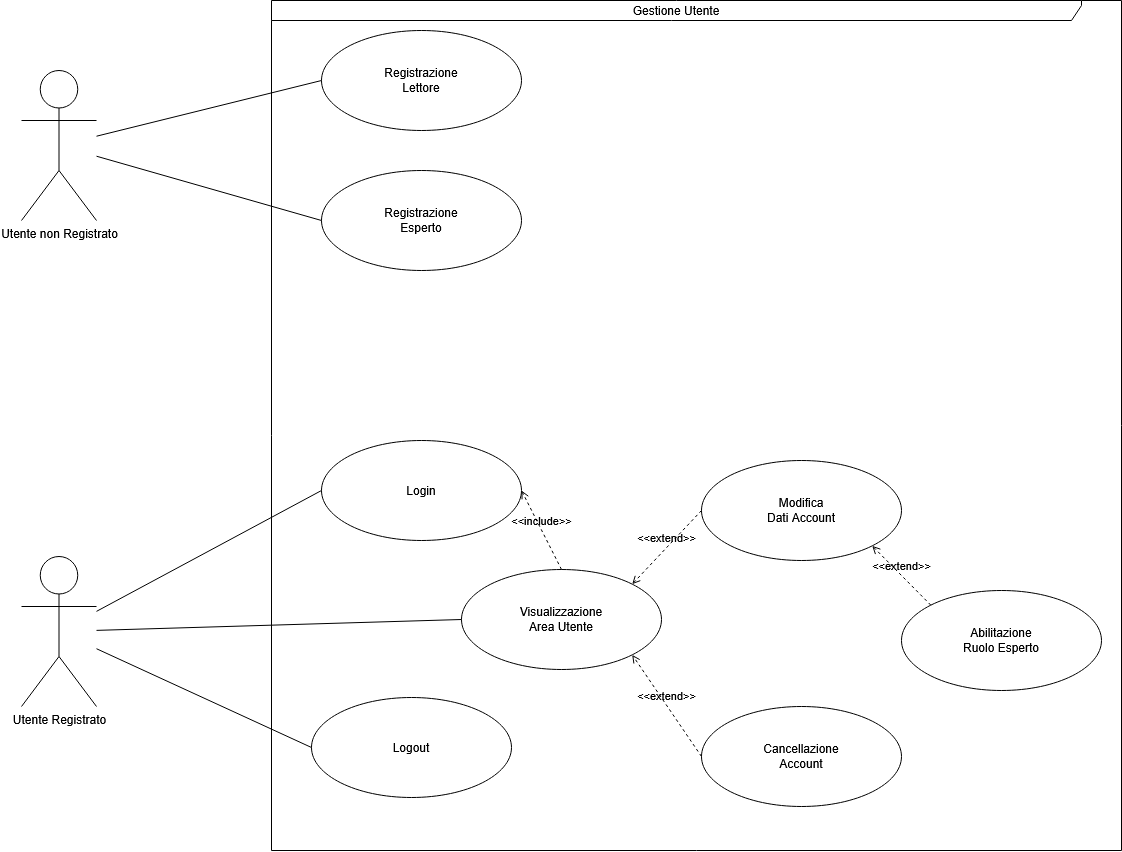
This is docs/diagrams_src/RAD_Diagrams/UCD_GU.png from AndreaRainone/FARIS, a draw.io export, as it was before one commit. Source tidied: cells renumbered, new cells last; positions are measured from the earlier drawing's top-left corner, leaving out a move shared by most shapes.
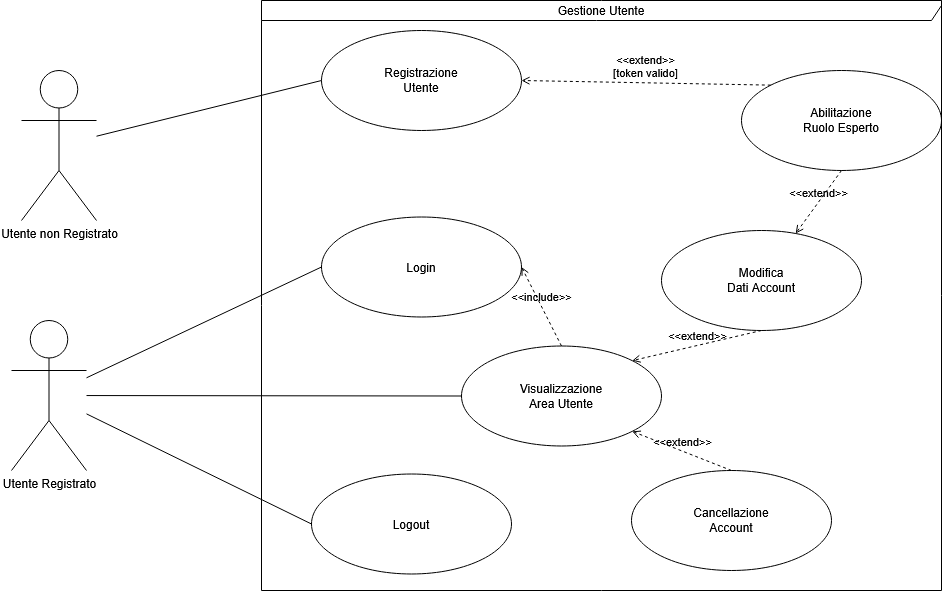
The same file after the commit.

What changed in the source:
```diff
@@ -5,21 +5,15 @@
     <mxCell id="2" style="rounded=0;jettySize=auto;html=1;entryX=0;entryY=0.5;entryDx=0;entryDy=0;endArrow=none;endFill=0;" parent="1" edge="1" source="4" target="6">
       <mxGeometry relative="1" as="geometry" />
     </mxCell>
-    <mxCell id="3" style="rounded=0;jettySize=auto;html=1;entryX=0;entryY=0.5;entryDx=0;entryDy=0;endArrow=none;endFill=0;" parent="1" edge="1" source="4" target="7">
-      <mxGeometry relative="1" as="geometry" />
-    </mxCell>
     <mxCell id="4" value="&lt;div&gt;Utente non Registrato&lt;/div&gt;" style="shape=umlActor;verticalLabelPosition=bottom;verticalAlign=top;html=1;fillColor=none;" parent="1" vertex="1">
       <mxGeometry y="70" width="75" height="150" as="geometry" />
     </mxCell>
     <mxCell id="5" value="&lt;div&gt;Gestione Utente&lt;/div&gt;" style="shape=umlFrame;whiteSpace=wrap;html=1;width=810;height=20;fillColor=none;" parent="1" vertex="1">
-      <mxGeometry x="250" width="850" height="850" as="geometry" />
+      <mxGeometry x="240" width="680" height="590" as="geometry" />
     </mxCell>
-    <mxCell id="6" value="Registrazione&lt;br&gt;Lettore" style="ellipse;html=1;whiteSpace=wrap;fillColor=none;" parent="1" vertex="1">
+    <mxCell id="6" value="Registrazione&lt;br&gt;Utente" style="ellipse;html=1;whiteSpace=wrap;fillColor=none;" parent="1" vertex="1">
       <mxGeometry x="300" y="30" width="200" height="100" as="geometry" />
     </mxCell>
-    <mxCell id="7" value="Registrazione&lt;br&gt;Esperto" style="ellipse;html=1;whiteSpace=wrap;fillColor=none;" parent="1" vertex="1">
-      <mxGeometry x="300" y="170" width="200" height="100" as="geometry" />
-    </mxCell>
     <mxCell id="8" style="rounded=0;jettySize=auto;html=1;entryX=0;entryY=0.5;entryDx=0;entryDy=0;endArrow=none;endFill=0;" parent="1" edge="1" source="11" target="12">
       <mxGeometry relative="1" as="geometry" />
     </mxCell>
@@ -30,37 +24,40 @@
       <mxGeometry relative="1" as="geometry" />
     </mxCell>
     <mxCell id="11" value="Utente Registrato" style="shape=umlActor;verticalLabelPosition=bottom;verticalAlign=top;html=1;fillColor=none;" parent="1" vertex="1">
-      <mxGeometry y="556" width="75" height="150" as="geometry" />
+      <mxGeometry x="-10" y="320" width="75" height="150" as="geometry" />
     </mxCell>
     <mxCell id="12" value="Login" style="ellipse;html=1;whiteSpace=wrap;fillColor=none;" parent="1" vertex="1">
-      <mxGeometry x="300" y="440" width="200" height="100" as="geometry" />
+      <mxGeometry x="300" y="216.5" width="200" height="100" as="geometry" />
     </mxCell>
     <mxCell id="13" value="Logout" style="ellipse;html=1;whiteSpace=wrap;fillColor=none;" parent="1" vertex="1">
-      <mxGeometry x="290" y="697" width="200" height="100" as="geometry" />
+      <mxGeometry x="290" y="473.5" width="200" height="100" as="geometry" />
     </mxCell>
     <mxCell id="14" value="Modifica&lt;br&gt;Dati Account" style="ellipse;html=1;whiteSpace=wrap;fillColor=none;" parent="1" vertex="1">
-      <mxGeometry x="680" y="460" width="200" height="100" as="geometry" />
+      <mxGeometry x="640" y="230" width="200" height="100" as="geometry" />
     </mxCell>
     <mxCell id="15" value="Abilitazione&lt;br&gt;Ruolo Esperto" style="ellipse;html=1;whiteSpace=wrap;fillColor=none;" parent="1" vertex="1">
-      <mxGeometry x="880" y="590" width="200" height="100" as="geometry" />
+      <mxGeometry x="720" y="70" width="200" height="100" as="geometry" />
     </mxCell>
     <mxCell id="16" value="Visualizzazione&lt;br&gt;Area Utente" style="ellipse;html=1;whiteSpace=wrap;fillColor=none;" parent="1" vertex="1">
-      <mxGeometry x="440" y="569" width="200" height="100" as="geometry" />
+      <mxGeometry x="440" y="345.5" width="200" height="100" as="geometry" />
     </mxCell>
     <mxCell id="17" value="Cancellazione&lt;br&gt;Account" style="ellipse;html=1;whiteSpace=wrap;fillColor=none;" parent="1" vertex="1">
-      <mxGeometry x="680" y="706" width="200" height="100" as="geometry" />
+      <mxGeometry x="610" y="470" width="200" height="100" as="geometry" />
     </mxCell>
     <mxCell id="18" value="&amp;lt;&amp;lt;include&amp;gt;&amp;gt;" style="html=1;verticalAlign=bottom;labelBackgroundColor=none;endArrow=open;endFill=0;dashed=1;rounded=0;defaultLabelBackgroundColor=page;entryX=1;entryY=0.5;entryDx=0;entryDy=0;exitX=0.5;exitY=0;exitDx=0;exitDy=0;" parent="1" edge="1" source="16" target="12">
       <mxGeometry relative="1" as="geometry" />
     </mxCell>
-    <mxCell id="19" value="&amp;lt;&amp;lt;extend&amp;gt;&amp;gt;" style="html=1;verticalAlign=bottom;labelBackgroundColor=none;endArrow=open;endFill=0;dashed=1;rounded=0;defaultLabelBackgroundColor=page;exitX=0;exitY=0.5;exitDx=0;exitDy=0;entryX=1;entryY=0;entryDx=0;entryDy=0;" parent="1" edge="1" source="14" target="16">
+    <mxCell id="19" value="&amp;lt;&amp;lt;extend&amp;gt;&amp;gt;" style="html=1;verticalAlign=bottom;labelBackgroundColor=none;endArrow=open;endFill=0;dashed=1;rounded=0;defaultLabelBackgroundColor=page;exitX=0.5;exitY=1;exitDx=0;exitDy=0;entryX=1;entryY=0;entryDx=0;entryDy=0;" parent="1" edge="1" source="14" target="16">
       <mxGeometry relative="1" as="geometry" />
     </mxCell>
-    <mxCell id="20" value="&amp;lt;&amp;lt;extend&amp;gt;&amp;gt;" style="html=1;verticalAlign=bottom;labelBackgroundColor=none;endArrow=open;endFill=0;dashed=1;rounded=0;defaultLabelBackgroundColor=page;exitX=0;exitY=0;exitDx=0;exitDy=0;entryX=1;entryY=1;entryDx=0;entryDy=0;" parent="1" edge="1" source="15" target="14">
+    <mxCell id="20" value="&amp;lt;&amp;lt;extend&amp;gt;&amp;gt;" style="html=1;verticalAlign=bottom;labelBackgroundColor=none;endArrow=open;endFill=0;dashed=1;rounded=0;defaultLabelBackgroundColor=page;exitX=0.5;exitY=1;exitDx=0;exitDy=0;" parent="1" edge="1" source="15" target="14">
       <mxGeometry relative="1" as="geometry" />
     </mxCell>
-    <mxCell id="21" value="&amp;lt;&amp;lt;extend&amp;gt;&amp;gt;" style="html=1;verticalAlign=bottom;labelBackgroundColor=none;endArrow=open;endFill=0;dashed=1;rounded=0;defaultLabelBackgroundColor=page;exitX=0;exitY=0.5;exitDx=0;exitDy=0;entryX=1;entryY=1;entryDx=0;entryDy=0;" parent="1" edge="1" source="17" target="16">
+    <mxCell id="21" value="&amp;lt;&amp;lt;extend&amp;gt;&amp;gt;" style="html=1;verticalAlign=bottom;labelBackgroundColor=none;endArrow=open;endFill=0;dashed=1;rounded=0;defaultLabelBackgroundColor=page;exitX=0.5;exitY=0;exitDx=0;exitDy=0;entryX=1;entryY=1;entryDx=0;entryDy=0;" parent="1" edge="1" source="17" target="16">
       <mxGeometry relative="1" as="geometry" />
     </mxCell>
+    <mxCell id="22" value="&amp;lt;&amp;lt;extend&amp;gt;&amp;gt;&lt;br&gt;[token valido]" style="html=1;verticalAlign=bottom;labelBackgroundColor=none;endArrow=open;endFill=0;dashed=1;rounded=0;defaultLabelBackgroundColor=page;labelPadding=0 4;entryX=1;entryY=0.5;entryDx=0;entryDy=0;exitX=0;exitY=0;exitDx=0;exitDy=0;" parent="1" edge="1" source="15" target="6">
+      <mxGeometry relative="1" as="geometry" />
+    </mxCell>
   </root>
 </mxGraphModel>
```
